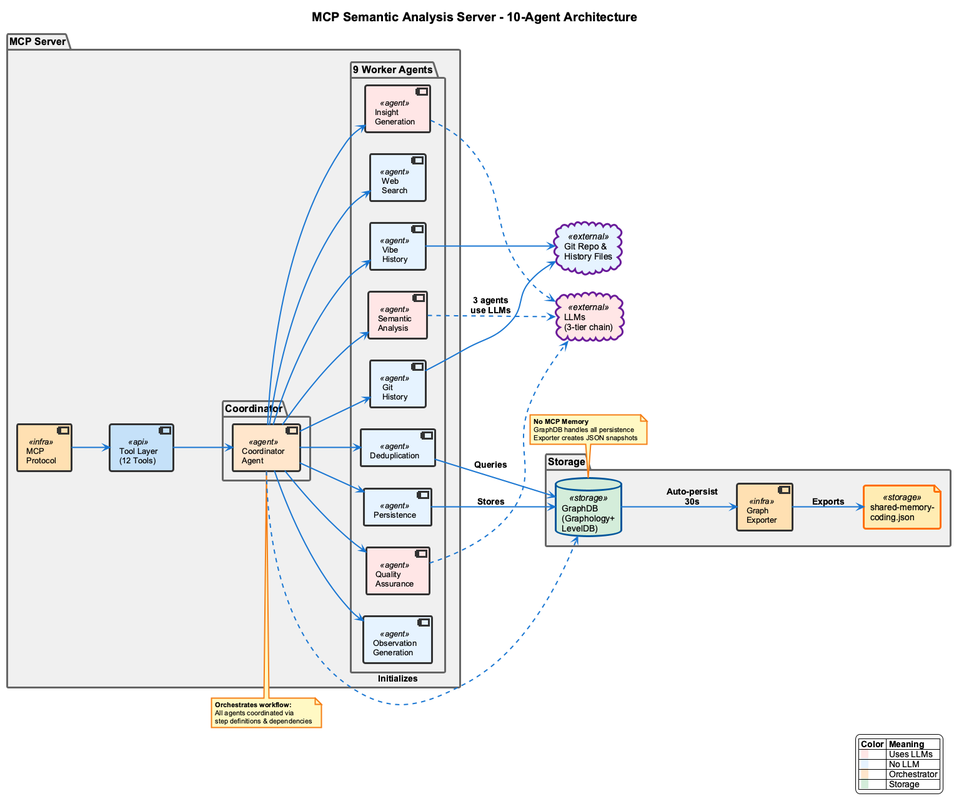
The PlantUML diagram docs/presentation/images/mcp-server-architecture.png in fwornle/coding, before a commit. The source it was exported from:
```plantuml
@startuml mcp-server-architecture-presentation
!include _standard-style.puml


skinparam defaultFontSize 14
skinparam titleFontSize 20
skinparam packageFontSize 16
skinparam componentFontSize 13
skinparam noteFontSize 11
skinparam ArrowThickness 2

title MCP Semantic Analysis Server - 10-Agent Architecture

left to right direction

package "MCP Server" as SERVER {
  component "MCP\nProtocol" as MCP <<infra>>
  component "Tool Layer\n(12 Tools)" as TOOLS <<api>>

  package "Coordinator" as COORD_PKG {
    component "Coordinator\nAgent" as COORDINATOR <<agent>> #FFE6CC
  }

  package "9 Worker Agents" as AGENTS_PKG {
    component "Git\nHistory" as GIT <<agent>> #E6F3FF
    component "Vibe\nHistory" as VIBE <<agent>> #E6F3FF
    component "Semantic\nAnalysis" as SEMANTIC <<agent>> #FFE6E6
    component "Web\nSearch" as WEB <<agent>> #E6F3FF
    component "Insight\nGeneration" as INSIGHT <<agent>> #FFE6E6
    component "Observation\nGeneration" as OBS <<agent>> #E6F3FF
    component "Quality\nAssurance" as QA <<agent>> #FFE6E6
    component "Persistence" as PERSIST <<agent>> #E6F3FF
    component "Deduplication" as DEDUP <<agent>> #E6F3FF
  }
}

package "Storage" as STORAGE_PKG {
  database "GraphDB\n(Graphology+\nLevelDB)" as GRAPHDB <<storage>> #D4EDDA
  component "Graph\nExporter" as EXPORTER <<infra>>
  file "shared-memory-\ncoding.json" as JSON <<storage>>
}

cloud "LLMs\n(3-tier chain)" as LLMS <<external>> #FFE6E6
cloud "Git Repo &\nHistory Files" as DATA_SOURCES <<external>> #E6F3FF

MCP --> TOOLS
TOOLS --> COORDINATOR
COORDINATOR --> GIT
COORDINATOR --> VIBE
COORDINATOR --> SEMANTIC
COORDINATOR --> WEB
COORDINATOR --> INSIGHT
COORDINATOR --> OBS
COORDINATOR --> QA
COORDINATOR --> PERSIST
COORDINATOR --> DEDUP

COORDINATOR ..> GRAPHDB : "Initializes"
PERSIST --> GRAPHDB : "Stores"
DEDUP --> GRAPHDB : "Queries"
GRAPHDB --> EXPORTER : "Auto-persist\n30s"
EXPORTER --> JSON : "Exports"

GIT --> DATA_SOURCES
VIBE --> DATA_SOURCES
SEMANTIC ..> LLMS : "3 agents\nuse LLMs"
INSIGHT ..> LLMS
QA ..> LLMS

note top of COORDINATOR
  **Orchestrates workflow:**
  All agents coordinated via
  step definitions & dependencies
end note

note bottom of GRAPHDB
  **No MCP Memory**
  GraphDB handles all persistence
  Exporter creates JSON snapshots
end note

legend right
  |= Color |= Meaning |
  | <back:#FFE6E6>   </back> | Uses LLMs |
  | <back:#E6F3FF>   </back> | No LLM |
  | <back:#FFE6CC>   </back> | Orchestrator |
  | <back:#D4EDDA>   </back> | Storage |
endlegend

@enduml
```
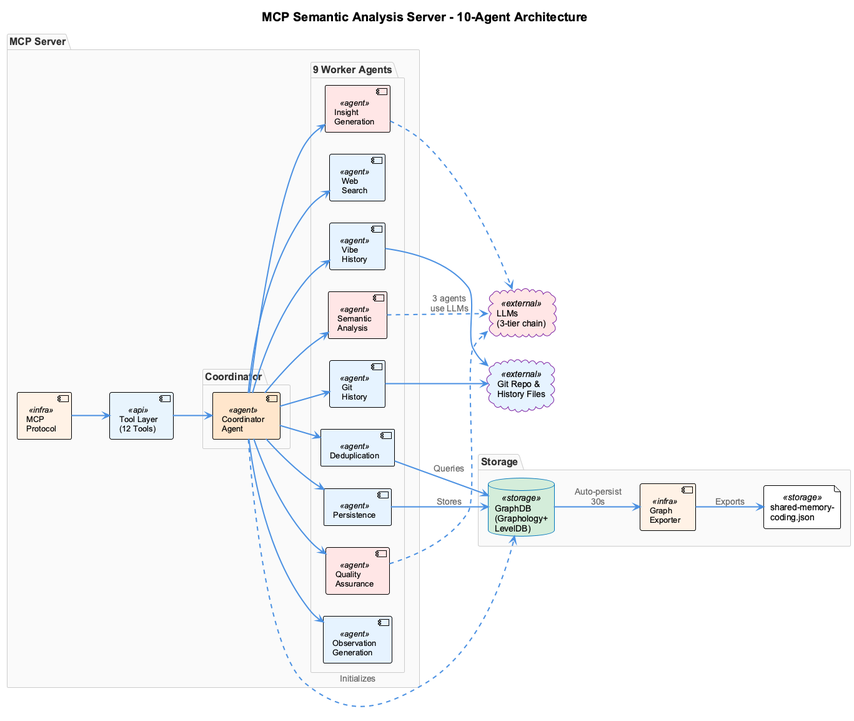
The same file after the commit.

Commit message:
docs: fixed presentation mode diagrams

What changed in the source:
```diff
@@ -1,4 +1,4 @@
-@startuml mcp-server-architecture-presentation
+@startuml mcp-server-architecture
 !include _standard-style.puml
 
 
@@ -67,24 +67,4 @@
 INSIGHT ..> LLMS
 QA ..> LLMS
 
-note top of COORDINATOR
-  **Orchestrates workflow:**
-  All agents coordinated via
-  step definitions & dependencies
-end note
-
-note bottom of GRAPHDB
-  **No MCP Memory**
-  GraphDB handles all persistence
-  Exporter creates JSON snapshots
-end note
-
-legend right
-  |= Color |= Meaning |
-  | <back:#FFE6E6>   </back> | Uses LLMs |
-  | <back:#E6F3FF>   </back> | No LLM |
-  | <back:#FFE6CC>   </back> | Orchestrator |
-  | <back:#D4EDDA>   </back> | Storage |
-endlegend
-
 @enduml
```
